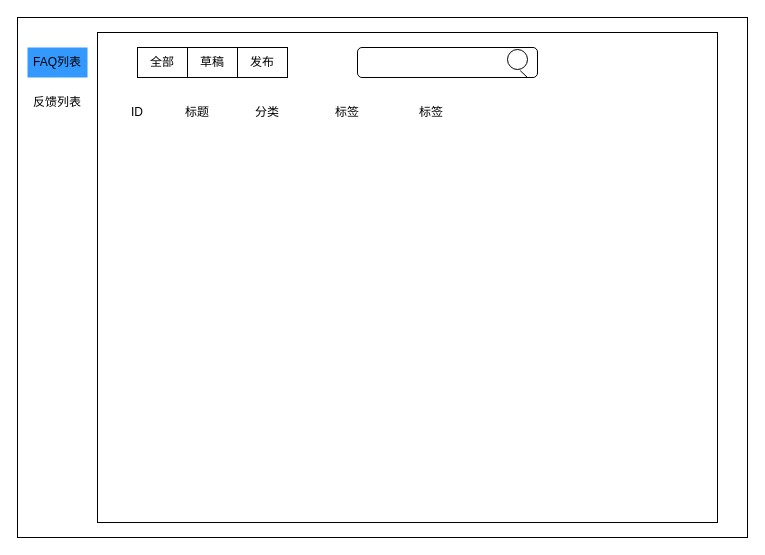
Above: FAQ之管理台.drawio in HuaHero/OnLineFaq (draw.io), before the change. Source tidied: cells renumbered, new cells numbered last; positions are measured from the earlier drawing's top-left corner, leaving out a move shared by most shapes. Both pictures are drawn from the tidied source at 100%, with x=0, y=0 at pixel (17, 17).
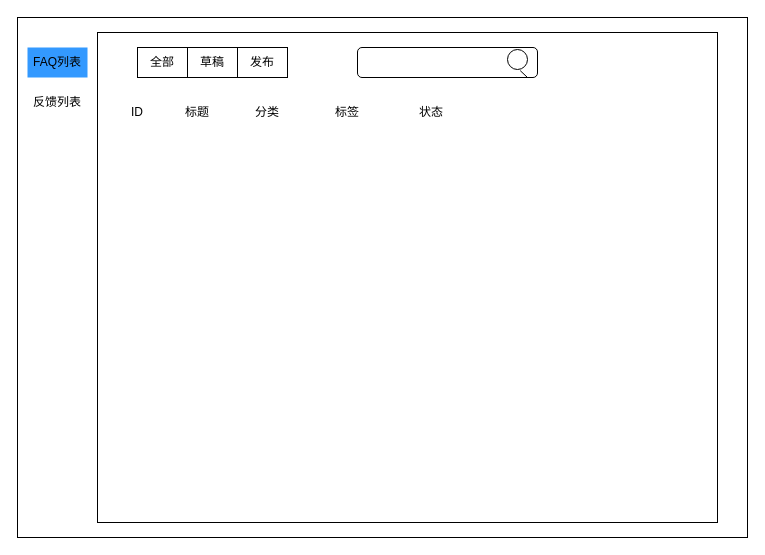
After the change.

Commit message (it also covers changes not shown here):
更新FAQ之管理台.drawio

Diff of the diagram source:
```diff
@@
 <mxGraphModel>
   <root>
     <mxCell id="0" />
     <mxCell id="1" parent="0" />
     <mxCell id="2" style="rounded=0;whiteSpace=wrap;html=1;" parent="1" vertex="1">
       <mxGeometry width="730" height="520" as="geometry" />
     </mxCell>
     <mxCell id="3" value="FAQ列表" style="text;html=1;align=center;verticalAlign=middle;whiteSpace=wrap;rounded=0;fillColor=#3399FF;" parent="1" vertex="1">
       <mxGeometry x="10" y="30" width="60" height="30" as="geometry" />
     </mxCell>
     <mxCell id="4" value="反馈列表" style="text;html=1;align=center;verticalAlign=middle;whiteSpace=wrap;rounded=0;" parent="1" vertex="1">
       <mxGeometry x="10" y="70" width="60" height="30" as="geometry" />
     </mxCell>
     <mxCell id="5" style="rounded=0;whiteSpace=wrap;html=1;" parent="1" vertex="1">
       <mxGeometry x="80" y="15" width="620" height="490" as="geometry" />
     </mxCell>
     <mxCell id="6" value="全部" style="rounded=0;whiteSpace=wrap;html=1;" parent="1" vertex="1">
       <mxGeometry x="120" y="30" width="50" height="30" as="geometry" />
     </mxCell>
     <mxCell id="7" value="草稿" style="rounded=0;whiteSpace=wrap;html=1;" parent="1" vertex="1">
       <mxGeometry x="170" y="30" width="50" height="30" as="geometry" />
     </mxCell>
     <mxCell id="8" value="发布" style="rounded=0;whiteSpace=wrap;html=1;" parent="1" vertex="1">
       <mxGeometry x="220" y="30" width="50" height="30" as="geometry" />
     </mxCell>
     <mxCell id="9" style="rounded=1;whiteSpace=wrap;html=1;align=center;verticalAlign=middle;fontFamily=Helvetica;fontSize=12;fontColor=default;fillColor=none;gradientColor=none;" parent="1" vertex="1">
       <mxGeometry x="340" y="30" width="180" height="30" as="geometry" />
     </mxCell>
     <mxCell id="10" style="ellipse;whiteSpace=wrap;html=1;rounded=0;align=center;verticalAlign=middle;fontFamily=Helvetica;fontSize=12;fontColor=default;fillColor=none;gradientColor=none;" parent="1" vertex="1">
       <mxGeometry x="490" y="32" width="20" height="20" as="geometry" />
     </mxCell>
     <mxCell id="11" style="endArrow=none;html=1;rounded=0;fontFamily=Helvetica;fontSize=12;fontColor=default;entryX=0.677;entryY=0.286;entryDx=0;entryDy=0;entryPerimeter=0;" parent="1" edge="1">
       <mxGeometry relative="1" as="geometry">
         <mxPoint x="510" y="60" as="sourcePoint" />
         <mxPoint x="502.7" y="53.1" as="targetPoint" />
       </mxGeometry>
     </mxCell>
     <mxCell id="12" value="ID" style="text;html=1;align=center;verticalAlign=middle;whiteSpace=wrap;rounded=0;fontFamily=Helvetica;fontSize=12;fontColor=default;" parent="1" vertex="1">
       <mxGeometry x="90" y="80" width="60" height="30" as="geometry" />
     </mxCell>
     <mxCell id="13" value="标题" style="text;html=1;align=center;verticalAlign=middle;whiteSpace=wrap;rounded=0;fontFamily=Helvetica;fontSize=12;fontColor=default;" parent="1" vertex="1">
       <mxGeometry x="150" y="80" width="60" height="30" as="geometry" />
     </mxCell>
     <mxCell id="14" value="分类" style="text;html=1;align=center;verticalAlign=middle;whiteSpace=wrap;rounded=0;fontFamily=Helvetica;fontSize=12;fontColor=default;" parent="1" vertex="1">
       <mxGeometry x="220" y="80" width="60" height="30" as="geometry" />
     </mxCell>
     <mxCell id="15" value="标签" style="text;html=1;align=center;verticalAlign=middle;whiteSpace=wrap;rounded=0;fontFamily=Helvetica;fontSize=12;fontColor=default;" parent="1" vertex="1">
       <mxGeometry x="300" y="80" width="60" height="30" as="geometry" />
     </mxCell>
-    <mxCell id="16" value="标签" style="text;html=1;align=center;verticalAlign=middle;whiteSpace=wrap;rounded=0;fontFamily=Helvetica;fontSize=12;fontColor=default;" parent="1" vertex="1">
+    <mxCell id="16" value="状态" style="text;html=1;align=center;verticalAlign=middle;whiteSpace=wrap;rounded=0;fontFamily=Helvetica;fontSize=12;fontColor=default;" parent="1" vertex="1">
       <mxGeometry x="383.5" y="80" width="60" height="30" as="geometry" />
     </mxCell>
   </root>
 </mxGraphModel>
```
